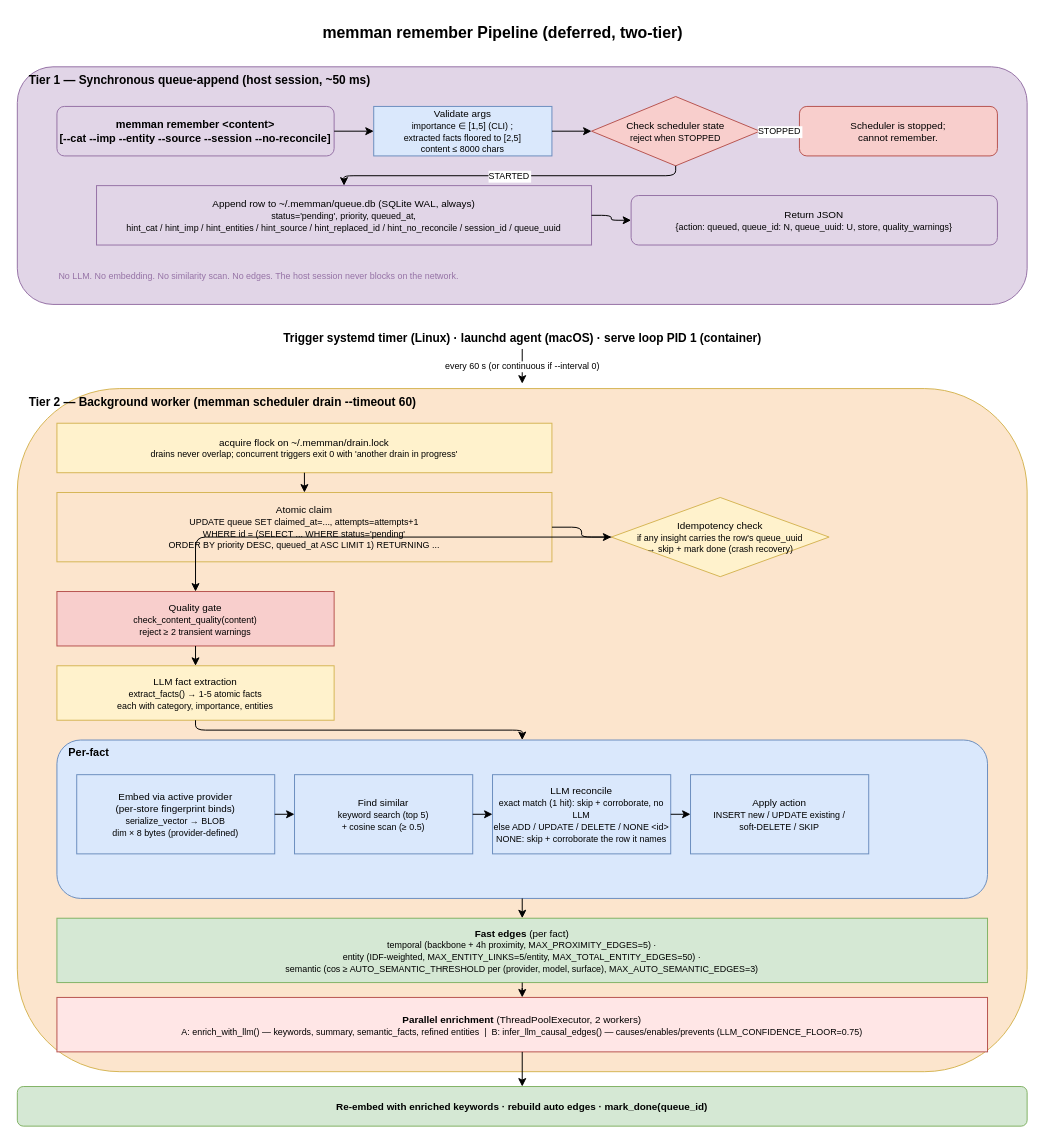
This is docs/diagrams/02-remember-pipeline.drawio from bissli/memman, a draw.io file, before an edit. Source tidied: cells renumbered, new cells numbered last; positions are measured from the earlier drawing's top-left corner, leaving out a move shared by most shapes. Both pictures are drawn from the tidied source at 99%, with x=0, y=0 at pixel (17, 17).
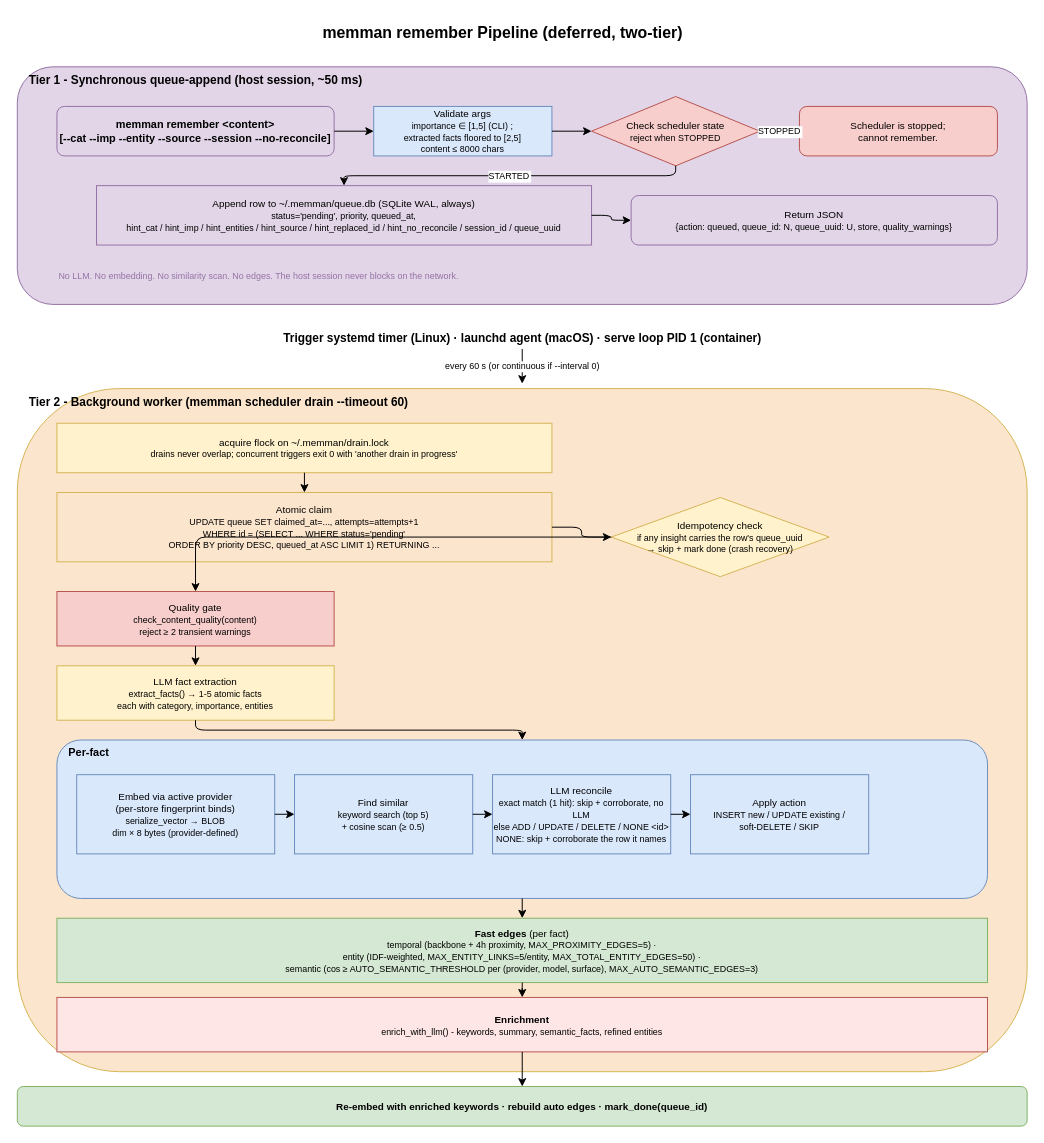
After the change.

What changed in the source:
```diff
@@
-    <mxCell id="3" value="&lt;b&gt;Tier 1 — Synchronous queue-append (host session, ~50 ms)&lt;/b&gt;" style="rounded=1;whiteSpace=wrap;html=1;fillColor=#e1d5e7;strokeColor=#9673a6;verticalAlign=top;fontSize=12;align=left;spacingLeft=10;" parent="1" vertex="1">
+    <mxCell id="3" value="&lt;b&gt;Tier 1 - Synchronous queue-append (host session, ~50 ms)&lt;/b&gt;" style="rounded=1;whiteSpace=wrap;html=1;fillColor=#e1d5e7;strokeColor=#9673a6;verticalAlign=top;fontSize=12;align=left;spacingLeft=10;" parent="1" vertex="1">
       <mxGeometry y="50" width="1020" height="240" as="geometry" />
     </mxCell>
@@
-    <mxCell id="18" value="&lt;b&gt;Tier 2 — Background worker (memman scheduler drain --timeout 60)&lt;/b&gt;" style="rounded=1;whiteSpace=wrap;html=1;fillColor=#fce5cd;strokeColor=#d6b656;verticalAlign=top;fontSize=12;align=left;spacingLeft=10;" parent="1" vertex="1">
+    <mxCell id="18" value="&lt;b&gt;Tier 2 - Background worker (memman scheduler drain --timeout 60)&lt;/b&gt;" style="rounded=1;whiteSpace=wrap;html=1;fillColor=#fce5cd;strokeColor=#d6b656;verticalAlign=top;fontSize=12;align=left;spacingLeft=10;" parent="1" vertex="1">
       <mxGeometry y="375" width="1020" height="690" as="geometry" />
     </mxCell>
@@
-    <mxCell id="33" value="&lt;b&gt;Parallel enrichment&lt;/b&gt; (ThreadPoolExecutor, 2 workers)&lt;br&gt;&lt;font style=&quot;font-size:9px&quot;&gt;A: enrich_with_llm() — keywords, summary, semantic_facts, refined entities&amp;nbsp;&amp;nbsp;|&amp;nbsp;&amp;nbsp;B: infer_llm_causal_edges() — causes/enables/prevents (LLM_CONFIDENCE_FLOOR=0.75)&lt;/font&gt;" style="rounded=0;whiteSpace=wrap;html=1;fillColor=#FFE6E6;strokeColor=#b85450;fontSize=10;" parent="1" vertex="1">
+    <mxCell id="33" value="&lt;b&gt;Enrichment&lt;/b&gt;&lt;br&gt;&lt;font style=&quot;font-size:9px&quot;&gt;enrich_with_llm() - keywords, summary, semantic_facts, refined entities&lt;/font&gt;" style="rounded=0;whiteSpace=wrap;html=1;fillColor=#FFE6E6;strokeColor=#b85450;fontSize=10;" parent="1" vertex="1">
       <mxGeometry x="40" y="990" width="940" height="55" as="geometry" />
     </mxCell>
```
